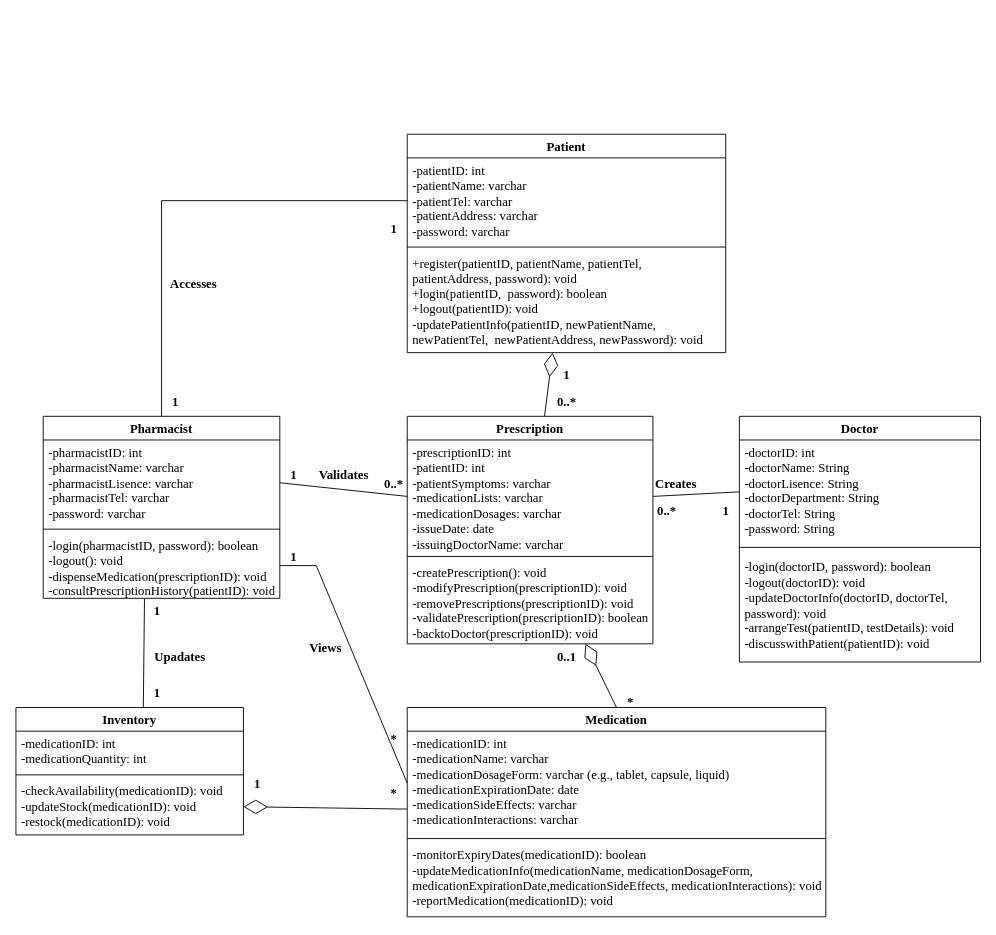
This is Class Diagram_Pharmacy.drawio from FOMOKN/Software-Engineering, a draw.io file, before an edit. Source tidied: cells renumbered, new cells numbered last; positions are measured from the earlier drawing's top-left corner, leaving out a move shared by most shapes. Both pictures are drawn from the tidied source at 91%, with x=0, y=0 at pixel (15, 134).
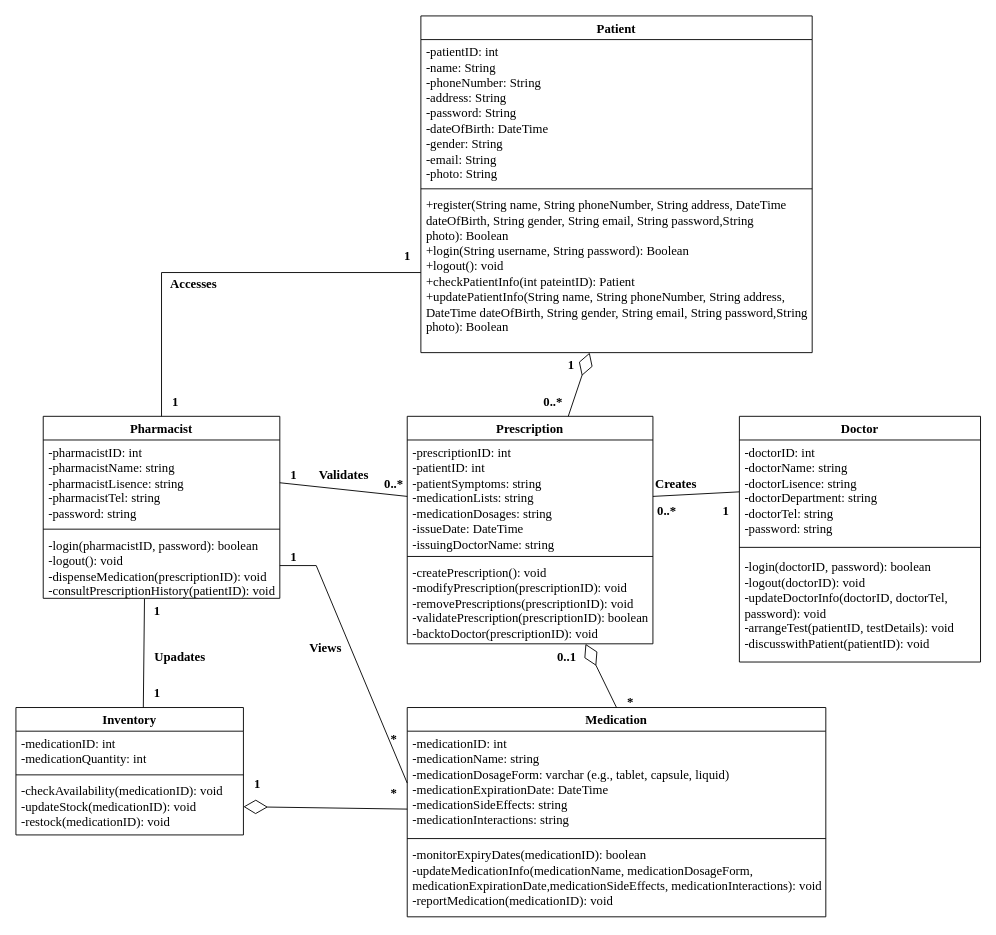
The same page after the edit.

The change refers to these unchanged cells:
```xml
<mxCell id="2" value="Medication" style="swimlane;fontStyle=1;align=center;verticalAlign=top;horizontal=1;startSize=26;whiteSpace=wrap;html=1;fontFamily=Times New Roman;fontSize=14;" parent="1" vertex="1">
  <mxGeometry x="430" y="630" width="460" height="230" as="geometry" />
</mxCell>
<mxCell id="10" value="&lt;font style=&quot;font-size: 14px;&quot; face=&quot;Times New Roman&quot;&gt;Pharmacist&lt;/font&gt;" style="swimlane;fontStyle=1;align=center;verticalAlign=top;horizontal=1;startSize=26;whiteSpace=wrap;html=1;" parent="1" vertex="1">
  <mxGeometry x="30" y="310" width="260" height="200" as="geometry" />
</mxCell>
<mxCell id="19" value="&lt;font style=&quot;font-size: 14px;&quot;&gt;Prescription&lt;/font&gt;" style="swimlane;fontStyle=1;align=center;verticalAlign=top;horizontal=1;startSize=26;whiteSpace=wrap;html=1;fontFamily=Times New Roman;" parent="1" vertex="1">
  <mxGeometry x="430" y="310" width="270" height="250" as="geometry" />
</mxCell>
<mxCell id="24" value="&lt;font style=&quot;font-size: 14px;&quot; face=&quot;Times New Roman&quot;&gt;Doctor&lt;/font&gt;" style="swimlane;fontStyle=1;align=center;verticalAlign=top;horizontal=1;startSize=26;whiteSpace=wrap;html=1;" parent="1" vertex="1">
  <mxGeometry x="795" y="310" width="265" height="270" as="geometry" />
</mxCell>
```

Change to the diagram source:
```diff
@@
-    <mxCell id="3" value="-medicationID:&amp;nbsp;int&lt;br&gt;-medicationName: varchar&lt;br style=&quot;font-size: 14px;&quot;&gt;-medicationDosageForm: varchar (e.g., tablet, capsule, liquid)&lt;br style=&quot;font-size: 14px;&quot;&gt;-medicationExpirationDate: date&lt;br&gt;-medicationSideEffects: varchar&lt;br&gt;-medicationInteractions: varchar" style="text;strokeColor=none;fillColor=none;align=left;verticalAlign=top;spacingLeft=4;spacingRight=4;overflow=hidden;points=[[0,0.5],[1,0.5]];portConstraint=eastwest;whiteSpace=wrap;html=1;fontFamily=Times New Roman;fontSize=14;" parent="2" vertex="1">
+    <mxCell id="3" value="-medicationID:&amp;nbsp;int&lt;br&gt;-medicationName: string&lt;br style=&quot;font-size: 14px;&quot;&gt;-medicationDosageForm: varchar (e.g., tablet, capsule, liquid)&lt;br style=&quot;font-size: 14px;&quot;&gt;-medicationExpirationDate: DateTime&lt;br&gt;-medicationSideEffects: string&lt;br&gt;-medicationInteractions: string" style="text;strokeColor=none;fillColor=none;align=left;verticalAlign=top;spacingLeft=4;spacingRight=4;overflow=hidden;points=[[0,0.5],[1,0.5]];portConstraint=eastwest;whiteSpace=wrap;html=1;fontFamily=Times New Roman;fontSize=14;" parent="2" vertex="1">
       <mxGeometry y="26" width="460" height="114" as="geometry" />
     </mxCell>
@@
-    <mxCell id="11" value="-pharmacistID: int&lt;br&gt;-pharmacistName: varchar&lt;br style=&quot;font-size: 14px;&quot;&gt;-pharmacistLisence: varchar&lt;br&gt;-pharmacistTel: varchar&lt;br&gt;-password: varchar" style="text;strokeColor=none;fillColor=none;align=left;verticalAlign=top;spacingLeft=4;spacingRight=4;overflow=hidden;points=[[0,0.5],[1,0.5]];portConstraint=eastwest;whiteSpace=wrap;html=1;fontFamily=Times New Roman;fontSize=14;" parent="10" vertex="1">
+    <mxCell id="11" value="-pharmacistID: int&lt;br&gt;-pharmacistName: string&lt;br style=&quot;font-size: 14px;&quot;&gt;-pharmacistLisence: string&lt;br&gt;-pharmacistTel: string&lt;br&gt;-password: string" style="text;strokeColor=none;fillColor=none;align=left;verticalAlign=top;spacingLeft=4;spacingRight=4;overflow=hidden;points=[[0,0.5],[1,0.5]];portConstraint=eastwest;whiteSpace=wrap;html=1;fontFamily=Times New Roman;fontSize=14;" parent="10" vertex="1">
       <mxGeometry y="26" width="260" height="94" as="geometry" />
     </mxCell>
@@
-    <mxCell id="20" value="-prescriptionID: int&lt;br style=&quot;border-color: var(--border-color);&quot;&gt;-patientID: int&lt;br style=&quot;border-color: var(--border-color);&quot;&gt;-patientSymptoms:&amp;nbsp;varchar&lt;br style=&quot;border-color: var(--border-color);&quot;&gt;-medicationLists:&amp;nbsp;varchar&lt;br style=&quot;border-color: var(--border-color);&quot;&gt;-medicationDosages:&amp;nbsp;varchar&lt;br style=&quot;border-color: var(--border-color);&quot;&gt;-issueDate: date&lt;br style=&quot;border-color: var(--border-color);&quot;&gt;-issuingDoctorName:&amp;nbsp;varchar" style="text;strokeColor=none;fillColor=none;align=left;verticalAlign=top;spacingLeft=4;spacingRight=4;overflow=hidden;points=[[0,0.5],[1,0.5]];portConstraint=eastwest;whiteSpace=wrap;html=1;fontFamily=Times New Roman;fontSize=14;" parent="19" vertex="1">
+    <mxCell id="20" value="-prescriptionID: int&lt;br style=&quot;border-color: var(--border-color);&quot;&gt;-patientID: int&lt;br style=&quot;border-color: var(--border-color);&quot;&gt;-patientSymptoms: string&lt;br style=&quot;border-color: var(--border-color);&quot;&gt;-medicationLists: string&lt;br style=&quot;border-color: var(--border-color);&quot;&gt;-medicationDosages: string&lt;br style=&quot;border-color: var(--border-color);&quot;&gt;-issueDate: DateTime&lt;br style=&quot;border-color: var(--border-color);&quot;&gt;-issuingDoctorName: string" style="text;strokeColor=none;fillColor=none;align=left;verticalAlign=top;spacingLeft=4;spacingRight=4;overflow=hidden;points=[[0,0.5],[1,0.5]];portConstraint=eastwest;whiteSpace=wrap;html=1;fontFamily=Times New Roman;fontSize=14;" parent="19" vertex="1">
       <mxGeometry y="26" width="270" height="124" as="geometry" />
     </mxCell>
@@
-    <mxCell id="25" value="-doctorID: int&lt;br style=&quot;border-color: var(--border-color);&quot;&gt;-doctorName: String&lt;br&gt;-doctorLisence:&amp;nbsp;String&lt;br style=&quot;font-size: 14px;&quot;&gt;-doctorDepartment:&amp;nbsp;String&lt;br style=&quot;font-size: 14px;&quot;&gt;-doctorTel:&amp;nbsp;String&lt;br&gt;-password:&amp;nbsp;String" style="text;strokeColor=none;fillColor=none;align=left;verticalAlign=top;spacingLeft=4;spacingRight=4;overflow=hidden;points=[[0,0.5],[1,0.5]];portConstraint=eastwest;whiteSpace=wrap;html=1;fontFamily=Times New Roman;fontStyle=0;fontSize=14;" parent="24" vertex="1">
+    <mxCell id="25" value="-doctorID: int&lt;br style=&quot;border-color: var(--border-color);&quot;&gt;-doctorName: string&lt;br&gt;-doctorLisence: string&lt;br style=&quot;font-size: 14px;&quot;&gt;-doctorDepartment: string&lt;br style=&quot;font-size: 14px;&quot;&gt;-doctorTel: string&lt;br&gt;-password: string" style="text;strokeColor=none;fillColor=none;align=left;verticalAlign=top;spacingLeft=4;spacingRight=4;overflow=hidden;points=[[0,0.5],[1,0.5]];portConstraint=eastwest;whiteSpace=wrap;html=1;fontFamily=Times New Roman;fontStyle=0;fontSize=14;" parent="24" vertex="1">
       <mxGeometry y="26" width="265" height="114" as="geometry" />
     </mxCell>
@@
-    <mxCell id="28" value="Patient" style="swimlane;fontStyle=1;align=center;verticalAlign=top;horizontal=1;startSize=26;whiteSpace=wrap;html=1;fontFamily=Times New Roman;fontSize=14;" parent="1" vertex="1">
-      <mxGeometry x="430" width="350" height="240" as="geometry" />
-    </mxCell>
-    <mxCell id="29" value="-patientID: int&lt;br style=&quot;font-size: 14px;&quot;&gt;-patientName:&amp;nbsp;varchar&lt;br style=&quot;font-size: 14px;&quot;&gt;-patientTel: varchar&lt;br style=&quot;font-size: 14px;&quot;&gt;-patientAddress: varchar&lt;br style=&quot;font-size: 14px;&quot;&gt;-password: varchar" style="text;strokeColor=none;fillColor=none;align=left;verticalAlign=top;spacingLeft=4;spacingRight=4;overflow=hidden;points=[[0,0.5],[1,0.5]];portConstraint=eastwest;whiteSpace=wrap;html=1;fontFamily=Times New Roman;fontSize=14;" parent="28" vertex="1">
-      <mxGeometry y="26" width="350" height="94" as="geometry" />
-    </mxCell>
-    <mxCell id="30" style="line;strokeWidth=1;fillColor=none;align=left;verticalAlign=middle;spacingTop=-1;spacingLeft=3;spacingRight=3;labelPosition=right;strokeColor=inherit;" parent="28" vertex="1">
-      <mxGeometry y="120" width="350" height="8" as="geometry" />
-    </mxCell>
-    <mxCell id="31" value="+register(patientID, patientName, patientTel, patientAddress, password): void&lt;br&gt;+login(patientID,&amp;nbsp; password): boolean&lt;br style=&quot;border-color: var(--border-color); font-size: 14px;&quot;&gt;+logout(patientID):&amp;nbsp;void&lt;br&gt;-updatePatientInfo(patientID, newPatientName, newPatientTel,&amp;nbsp; newPatientAddress, newPassword):&amp;nbsp;void&lt;span style=&quot;font-size: 14px;&quot;&gt;&lt;br&gt;&lt;/span&gt;" style="text;strokeColor=none;fillColor=none;align=left;verticalAlign=top;spacingLeft=4;spacingRight=4;overflow=hidden;whiteSpace=wrap;html=1;fontSize=14;fontFamily=Times New Roman;" parent="28" vertex="1">
-      <mxGeometry y="128" width="350" height="112" as="geometry" />
-    </mxCell>
     <mxCell id="32" value="1" style="text;html=1;align=center;verticalAlign=middle;strokeColor=none;fillColor=none;fontFamily=Times New Roman;fontStyle=1;fontSize=14;" parent="1" vertex="1">
-      <mxGeometry x="590" y="250" width="30" height="30" as="geometry" />
+      <mxGeometry x="595" y="240" width="30" height="30" as="geometry" />
     </mxCell>
     <mxCell id="33" value="0..*" style="text;html=1;align=center;verticalAlign=middle;strokeColor=none;fillColor=none;fontStyle=1;fontFamily=Times New Roman;fontSize=14;" parent="1" vertex="1">
-      <mxGeometry x="585" y="280" width="40" height="30" as="geometry" />
+      <mxGeometry x="570" y="280" width="40" height="30" as="geometry" />
     </mxCell>
@@
-    <mxCell id="42" style="endArrow=diamondThin;endFill=0;endSize=24;html=1;rounded=0;" parent="1" edge="1" source="19" target="28">
+    <mxCell id="42" style="endArrow=diamondThin;endFill=0;endSize=24;html=1;rounded=0;" parent="1" edge="1" source="19" target="57">
       <mxGeometry relative="1" as="geometry" />
     </mxCell>
@@
-    <mxCell id="51" style="endArrow=none;html=1;rounded=0;entryX=0;entryY=0.5;entryDx=0;entryDy=0;exitX=0.5;exitY=0;exitDx=0;exitDy=0;" parent="1" edge="1" source="10" target="29">
+    <mxCell id="51" style="endArrow=none;html=1;rounded=0;entryX=0;entryY=0.5;entryDx=0;entryDy=0;exitX=0.5;exitY=0;exitDx=0;exitDy=0;" parent="1" edge="1" source="10" target="57">
       <mxGeometry relative="1" as="geometry">
         <Array as="points">
-          <mxPoint x="160" y="73" />
+          <mxPoint x="160" y="152" />
         </Array>
       </mxGeometry>
     </mxCell>
@@
     <mxCell id="53" value="1" style="text;html=1;align=center;verticalAlign=middle;strokeColor=none;fillColor=none;fontFamily=Times New Roman;fontStyle=1;fontSize=14;" parent="1" vertex="1">
-      <mxGeometry x="400" y="90" width="30" height="30" as="geometry" />
+      <mxGeometry x="415" y="120" width="30" height="30" as="geometry" />
     </mxCell>
@@
+    <mxCell id="28" value="Patient" style="swimlane;fontStyle=1;align=center;verticalAlign=top;horizontal=1;startSize=26;whiteSpace=wrap;html=1;fontFamily=Times New Roman;fontSize=14;" parent="1" vertex="1">
+      <mxGeometry x="445" y="-130" width="430" height="370" as="geometry" />
+    </mxCell>
+    <mxCell id="55" value="&lt;font style=&quot;font-size: 14px;&quot;&gt;        -patientID: int&lt;br style=&quot;&quot;&gt;-name: String&amp;nbsp;&lt;br style=&quot;&quot;&gt;-phoneNumber: String&amp;nbsp;&lt;br style=&quot;&quot;&gt;-address: String&amp;nbsp;&lt;br style=&quot;&quot;&gt;-password: String&amp;nbsp;&lt;br style=&quot;&quot;&gt;-dateOfBirth: DateTime&amp;nbsp;&lt;br style=&quot;&quot;&gt;-gender: String&amp;nbsp;&lt;br style=&quot;&quot;&gt;-email: String&amp;nbsp;&lt;br style=&quot;&quot;&gt;        -photo: String&amp;nbsp;&lt;/font&gt;" style="text;strokeColor=none;fillColor=none;align=left;verticalAlign=top;spacingLeft=4;spacingRight=4;overflow=hidden;whiteSpace=wrap;html=1;fontFamily=Times New Roman;fontSize=12;" parent="28" vertex="1">
+      <mxGeometry y="26" width="430" height="160" as="geometry" />
+    </mxCell>
+    <mxCell id="56" style="line;strokeWidth=1;fillColor=none;align=left;verticalAlign=middle;spacingTop=-1;spacingLeft=3;spacingRight=3;labelPosition=right;strokeColor=inherit;fontFamily=Times New Roman;fontSize=12;" parent="28" vertex="1">
+      <mxGeometry y="186" width="430" height="8" as="geometry" />
+    </mxCell>
+    <mxCell id="57" value="&lt;font style=&quot;font-size: 14px;&quot;&gt;+register(String name, String phoneNumber, String address, DateTime dateOfBirth, String gender, String email, String password,String photo):&amp;nbsp;Boolean&lt;br style=&quot;&quot;&gt;+login(String username, String password): Boolean&lt;br style=&quot;&quot;&gt;+logout():&amp;nbsp;void&lt;br style=&quot;&quot;&gt;+checkPatientInfo(int pateintID):&amp;nbsp;Patient&lt;br style=&quot;&quot;&gt;+updatePatientInfo(String name, String phoneNumber, String address, DateTime dateOfBirth, String gender, String email, String password,String photo):&amp;nbsp;Boolean&lt;br style=&quot;&quot;&gt;&lt;/font&gt;&lt;span style=&quot;font-size: 12px;&quot;&gt;&lt;br style=&quot;font-size: 12px;&quot;&gt;&lt;/span&gt;" style="text;strokeColor=none;fillColor=none;align=left;verticalAlign=top;spacingLeft=4;spacingRight=4;overflow=hidden;points=[[0,0.5],[1,0.5]];portConstraint=eastwest;whiteSpace=wrap;html=1;fontSize=12;fontFamily=Times New Roman;" parent="28" vertex="1">
+      <mxGeometry y="194" width="430" height="176" as="geometry" />
+    </mxCell>
```
